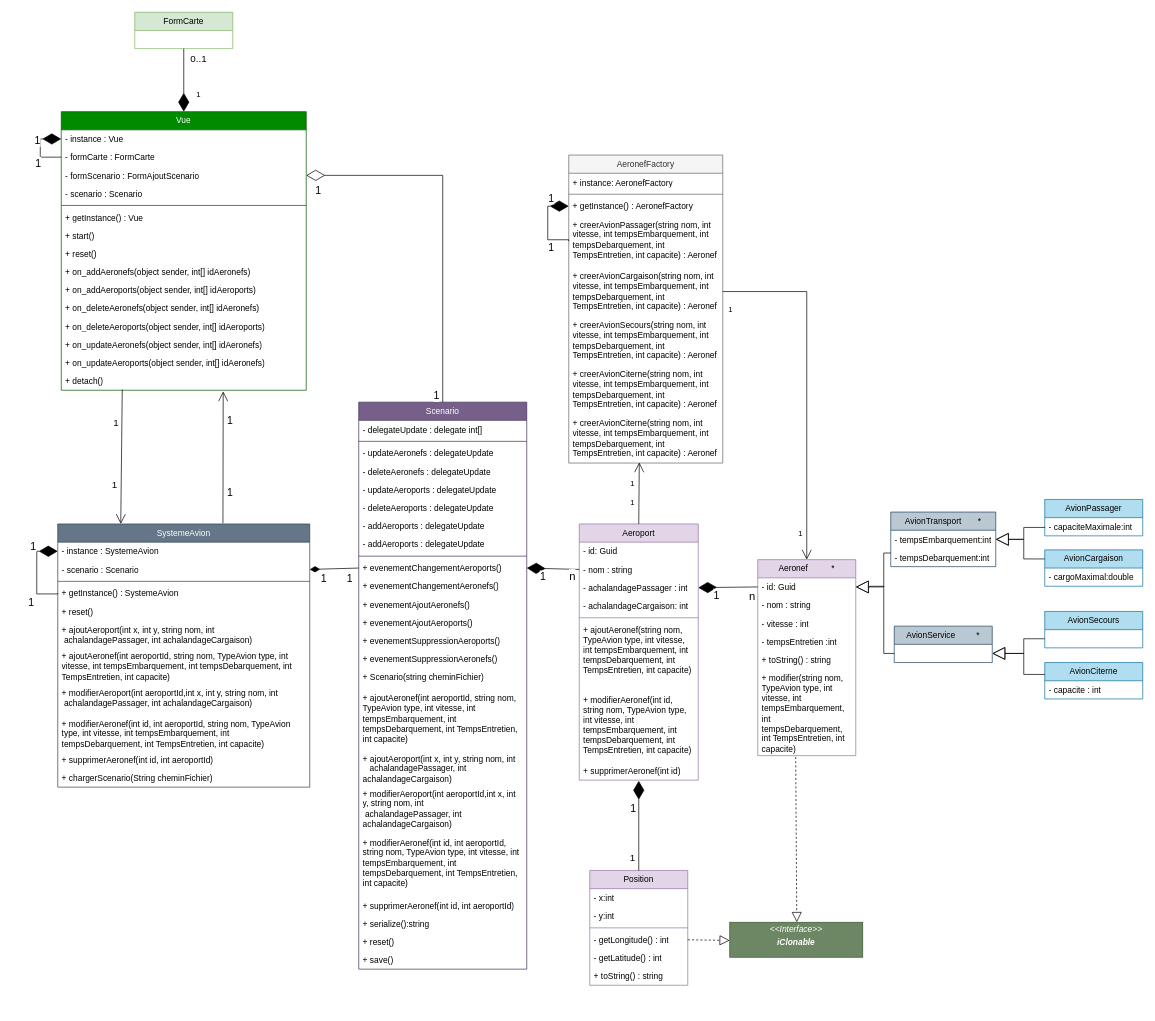
felixcharbonneau/Echec keeps this draw.io diagram as Aviyons.drawio. Above is the earlier version. Source tidied: cells renumbered, new cells numbered last; positions are measured from the earlier drawing's top-left corner, leaving out a move shared by most shapes. Both pictures are drawn from the tidied source at 70%, with x=0, y=0 at pixel (36, 12).
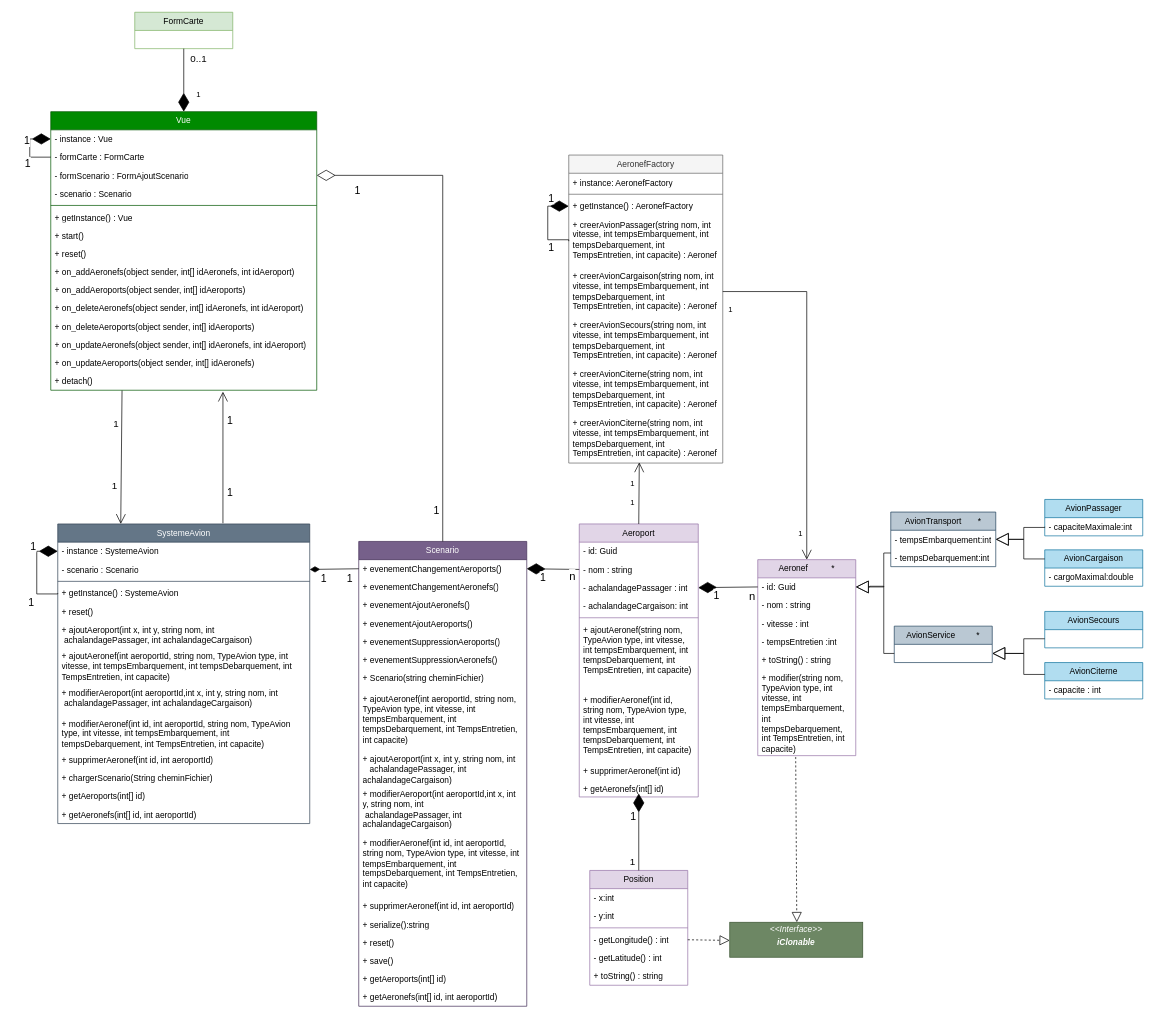
The same diagram, later.

The change refers to these unchanged cells:
```xml
<mxCell id="85" value="+ supprimerAeronef(int id)" style="text;strokeColor=none;fillColor=none;align=left;verticalAlign=top;spacingLeft=4;spacingRight=4;overflow=hidden;points=[[0,0.5],[1,0.5]];portConstraint=eastwest;whiteSpace=wrap;html=1;" parent="77" vertex="1">
  <mxGeometry y="340" width="170" height="26" as="geometry" />
</mxCell>
<mxCell id="86" value="Position" style="swimlane;fontStyle=0;horizontal=1;startSize=26;fillColor=#e1d5e7;whiteSpace=wrap;html=1;strokeColor=#9673a6;" parent="1" vertex="1">
  <mxGeometry x="790" y="1226" width="140" height="164" as="geometry" />
</mxCell>
```

The edit, as a diff of the source:
```diff
@@
     <mxCell id="2" value="SystemeAvion" style="swimlane;fontStyle=0;horizontal=1;startSize=26;fillColor=#647687;whiteSpace=wrap;html=1;strokeColor=#314354;fontColor=#ffffff;" parent="1" vertex="1">
-      <mxGeometry x="30" y="731" width="360" height="376" as="geometry" />
+      <mxGeometry x="30" y="731" width="360" height="428" as="geometry" />
     </mxCell>
@@
+    <mxCell id="147" value="+ getAeroports(int[] id)" style="text;strokeColor=none;fillColor=none;align=left;verticalAlign=top;spacingLeft=4;spacingRight=4;overflow=hidden;whiteSpace=wrap;html=1;" parent="2" vertex="1">
+      <mxGeometry y="376" width="360" height="26" as="geometry" />
+    </mxCell>
+    <mxCell id="148" value="+ getAeronefs(int[] id, int aeroportId)" style="text;strokeColor=none;fillColor=none;align=left;verticalAlign=top;spacingLeft=4;spacingRight=4;overflow=hidden;whiteSpace=wrap;html=1;" parent="2" vertex="1">
+      <mxGeometry y="402" width="360" height="26" as="geometry" />
+    </mxCell>
     <mxCell id="17" value="Vue" style="swimlane;fontStyle=0;horizontal=1;startSize=26;fillColor=#008a00;whiteSpace=wrap;html=1;strokeColor=#005700;fontColor=#ffffff;" parent="1" vertex="1">
-      <mxGeometry x="35" y="142" width="350" height="398" as="geometry" />
+      <mxGeometry x="20" y="142" width="380" height="398" as="geometry" />
     </mxCell>
     <mxCell id="18" value="- instance : Vue" style="text;strokeColor=none;fillColor=none;align=left;verticalAlign=top;spacingLeft=4;spacingRight=4;overflow=hidden;points=[[0,0.5],[1,0.5]];portConstraint=eastwest;whiteSpace=wrap;html=1;" parent="17" vertex="1">
-      <mxGeometry y="26" width="350" height="26" as="geometry" />
+      <mxGeometry y="26" width="380" height="26" as="geometry" />
     </mxCell>
     <mxCell id="19" value="- formCarte : FormCarte" style="text;strokeColor=none;fillColor=none;align=left;verticalAlign=top;spacingLeft=4;spacingRight=4;overflow=hidden;points=[[0,0.5],[1,0.5]];portConstraint=eastwest;whiteSpace=wrap;html=1;" parent="17" vertex="1">
-      <mxGeometry y="52" width="350" height="26" as="geometry" />
+      <mxGeometry y="52" width="380" height="26" as="geometry" />
     </mxCell>
     <mxCell id="20" value="- formScenario : FormAjoutScenario" style="text;strokeColor=none;fillColor=none;align=left;verticalAlign=top;spacingLeft=4;spacingRight=4;overflow=hidden;points=[[0,0.5],[1,0.5]];portConstraint=eastwest;whiteSpace=wrap;html=1;" parent="17" vertex="1">
-      <mxGeometry y="78" width="350" height="26" as="geometry" />
+      <mxGeometry y="78" width="380" height="26" as="geometry" />
     </mxCell>
     <mxCell id="21" value="- scenario : Scenario" style="text;strokeColor=none;fillColor=none;align=left;verticalAlign=top;spacingLeft=4;spacingRight=4;overflow=hidden;whiteSpace=wrap;html=1;" parent="17" vertex="1">
-      <mxGeometry y="104" width="350" height="26" as="geometry" />
+      <mxGeometry y="104" width="380" height="26" as="geometry" />
     </mxCell>
     <mxCell id="22" style="line;strokeWidth=1;fillColor=none;align=left;verticalAlign=middle;spacingTop=-1;spacingLeft=3;spacingRight=3;labelPosition=right;strokeColor=inherit;" parent="17" vertex="1">
-      <mxGeometry y="130" width="350" height="8" as="geometry" />
+      <mxGeometry y="130" width="380" height="8" as="geometry" />
     </mxCell>
     <mxCell id="23" value="+ getInstance() : Vue" style="text;strokeColor=none;fillColor=none;align=left;verticalAlign=top;spacingLeft=4;spacingRight=4;overflow=hidden;whiteSpace=wrap;html=1;" parent="17" vertex="1">
-      <mxGeometry y="138" width="350" height="26" as="geometry" />
+      <mxGeometry y="138" width="380" height="26" as="geometry" />
     </mxCell>
@@
     <mxCell id="27" value="+ start()" style="text;strokeColor=none;fillColor=none;align=left;verticalAlign=top;spacingLeft=4;spacingRight=4;overflow=hidden;whiteSpace=wrap;html=1;" parent="17" vertex="1">
-      <mxGeometry y="164" width="350" height="26" as="geometry" />
+      <mxGeometry y="164" width="380" height="26" as="geometry" />
     </mxCell>
     <mxCell id="28" value="+ reset()" style="text;strokeColor=none;fillColor=none;align=left;verticalAlign=top;spacingLeft=4;spacingRight=4;overflow=hidden;whiteSpace=wrap;html=1;" parent="17" vertex="1">
-      <mxGeometry y="190" width="350" height="26" as="geometry" />
+      <mxGeometry y="190" width="380" height="26" as="geometry" />
     </mxCell>
-    <mxCell id="29" value="+ on_addAeronefs(object sender, int[] idAeronefs)" style="text;strokeColor=none;fillColor=none;align=left;verticalAlign=top;spacingLeft=4;spacingRight=4;overflow=hidden;whiteSpace=wrap;html=1;" parent="17" vertex="1">
-      <mxGeometry y="216" width="350" height="26" as="geometry" />
+    <mxCell id="29" value="+ on_addAeronefs(object sender, int[] idAeronefs, int idAeroport)" style="text;strokeColor=none;fillColor=none;align=left;verticalAlign=top;spacingLeft=4;spacingRight=4;overflow=hidden;whiteSpace=wrap;html=1;" parent="17" vertex="1">
+      <mxGeometry y="216" width="380" height="26" as="geometry" />
     </mxCell>
     <mxCell id="30" value="+ on_addAeroports(object sender, int[] idAeroports)" style="text;strokeColor=none;fillColor=none;align=left;verticalAlign=top;spacingLeft=4;spacingRight=4;overflow=hidden;whiteSpace=wrap;html=1;" parent="17" vertex="1">
-      <mxGeometry y="242" width="350" height="26" as="geometry" />
+      <mxGeometry y="242" width="380" height="26" as="geometry" />
     </mxCell>
-    <mxCell id="31" value="+ on_deleteAeronefs(object sender, int[] idAeronefs)" style="text;strokeColor=none;fillColor=none;align=left;verticalAlign=top;spacingLeft=4;spacingRight=4;overflow=hidden;whiteSpace=wrap;html=1;" parent="17" vertex="1">
-      <mxGeometry y="268" width="350" height="26" as="geometry" />
+    <mxCell id="31" value="+ on_deleteAeronefs(object sender, int[] idAeronefs, int idAeroport)" style="text;strokeColor=none;fillColor=none;align=left;verticalAlign=top;spacingLeft=4;spacingRight=4;overflow=hidden;whiteSpace=wrap;html=1;" parent="17" vertex="1">
+      <mxGeometry y="268" width="380" height="26" as="geometry" />
     </mxCell>
     <mxCell id="32" value="+ on_deleteAeroports(object sender, int[] idAeroports)" style="text;strokeColor=none;fillColor=none;align=left;verticalAlign=top;spacingLeft=4;spacingRight=4;overflow=hidden;whiteSpace=wrap;html=1;" parent="17" vertex="1">
-      <mxGeometry y="294" width="350" height="26" as="geometry" />
+      <mxGeometry y="294" width="380" height="26" as="geometry" />
     </mxCell>
-    <mxCell id="33" value="+ on_updateAeronefs(object sender, int[] idAeronefs)" style="text;strokeColor=none;fillColor=none;align=left;verticalAlign=top;spacingLeft=4;spacingRight=4;overflow=hidden;whiteSpace=wrap;html=1;" parent="17" vertex="1">
-      <mxGeometry y="320" width="350" height="26" as="geometry" />
+    <mxCell id="33" value="+ on_updateAeronefs(object sender, int[] idAeronefs, int idAeroport)" style="text;strokeColor=none;fillColor=none;align=left;verticalAlign=top;spacingLeft=4;spacingRight=4;overflow=hidden;whiteSpace=wrap;html=1;" parent="17" vertex="1">
+      <mxGeometry y="320" width="380" height="26" as="geometry" />
     </mxCell>
     <mxCell id="34" value="+ on_updateAeroports(object sender, int[] idAeronefs)" style="text;strokeColor=none;fillColor=none;align=left;verticalAlign=top;spacingLeft=4;spacingRight=4;overflow=hidden;whiteSpace=wrap;html=1;" parent="17" vertex="1">
-      <mxGeometry y="346" width="350" height="26" as="geometry" />
+      <mxGeometry y="346" width="380" height="26" as="geometry" />
     </mxCell>
     <mxCell id="35" value="+ detach()" style="text;strokeColor=none;fillColor=none;align=left;verticalAlign=top;spacingLeft=4;spacingRight=4;overflow=hidden;points=[[0,0.5],[1,0.5]];portConstraint=eastwest;whiteSpace=wrap;html=1;" parent="17" vertex="1">
-      <mxGeometry y="372" width="350" height="26" as="geometry" />
+      <mxGeometry y="372" width="380" height="26" as="geometry" />
     </mxCell>
-    <mxCell id="36" style="endArrow=open;endFill=1;endSize=12;html=1;rounded=0;entryX=0.25;entryY=0;entryDx=0;entryDy=0;exitX=0.249;exitY=0.962;exitDx=0;exitDy=0;exitPerimeter=0;" parent="1" edge="1" source="35" target="2">
+    <mxCell id="36" style="endArrow=open;endFill=1;endSize=12;html=1;rounded=0;entryX=0.25;entryY=0;entryDx=0;entryDy=0;exitX=0.268;exitY=1.013;exitDx=0;exitDy=0;exitPerimeter=0;" parent="1" edge="1" source="35" target="2">
       <mxGeometry relative="1" as="geometry" />
     </mxCell>
@@
-    <mxCell id="39" style="endArrow=open;endFill=1;endSize=12;html=1;rounded=0;entryX=0.661;entryY=1.061;entryDx=0;entryDy=0;entryPerimeter=0;" parent="1" edge="1" target="35">
+    <mxCell id="39" style="endArrow=open;endFill=1;endSize=12;html=1;rounded=0;" parent="1" edge="1">
       <mxGeometry relative="1" as="geometry">
         <mxPoint x="266" y="730" as="sourcePoint" />
+        <mxPoint x="266" y="542" as="targetPoint" />
       </mxGeometry>
     </mxCell>
@@
     <mxCell id="42" value="Scenario" style="swimlane;fontStyle=0;horizontal=1;startSize=26;fillColor=#76608a;whiteSpace=wrap;html=1;strokeColor=#432D57;fontColor=#ffffff;" parent="1" vertex="1">
-      <mxGeometry x="460" y="557" width="240" height="810" as="geometry" />
+      <mxGeometry x="460" y="756" width="240" height="664" as="geometry" />
     </mxCell>
-    <mxCell id="43" value="- delegateUpdate : delegate int[]&amp;nbsp;" style="text;strokeColor=none;fillColor=none;align=left;verticalAlign=top;spacingLeft=4;spacingRight=4;overflow=hidden;whiteSpace=wrap;html=1;" parent="42" vertex="1">
-      <mxGeometry y="26" width="240" height="26" as="geometry" />
-    </mxCell>
-    <mxCell id="44" style="line;strokeWidth=1;fillColor=none;align=left;verticalAlign=middle;spacingTop=-1;spacingLeft=3;spacingRight=3;labelPosition=right;strokeColor=inherit;" parent="42" vertex="1">
-      <mxGeometry y="52" width="240" height="8" as="geometry" />
-    </mxCell>
-    <mxCell id="45" value="- updateAeronefs : delegateUpdate" style="text;strokeColor=none;fillColor=none;align=left;verticalAlign=top;spacingLeft=4;spacingRight=4;overflow=hidden;whiteSpace=wrap;html=1;" parent="42" vertex="1">
-      <mxGeometry y="60" width="240" height="26" as="geometry" />
-    </mxCell>
-    <mxCell id="46" value="- deleteAeronefs : delegateUpdate" style="text;strokeColor=none;fillColor=none;align=left;verticalAlign=top;spacingLeft=4;spacingRight=4;overflow=hidden;whiteSpace=wrap;html=1;" parent="42" vertex="1">
-      <mxGeometry y="86" width="240" height="26" as="geometry" />
-    </mxCell>
-    <mxCell id="47" value="- updateAeroports : delegateUpdate" style="text;strokeColor=none;fillColor=none;align=left;verticalAlign=top;spacingLeft=4;spacingRight=4;overflow=hidden;whiteSpace=wrap;html=1;" parent="42" vertex="1">
-      <mxGeometry y="112" width="240" height="26" as="geometry" />
-    </mxCell>
-    <mxCell id="48" value="- deleteAeroports : delegateUpdate" style="text;strokeColor=none;fillColor=none;align=left;verticalAlign=top;spacingLeft=4;spacingRight=4;overflow=hidden;whiteSpace=wrap;html=1;" parent="42" vertex="1">
-      <mxGeometry y="138" width="240" height="26" as="geometry" />
-    </mxCell>
-    <mxCell id="49" value="- addAeroports : delegateUpdate" style="text;strokeColor=none;fillColor=none;align=left;verticalAlign=top;spacingLeft=4;spacingRight=4;overflow=hidden;whiteSpace=wrap;html=1;" parent="42" vertex="1">
-      <mxGeometry y="164" width="240" height="26" as="geometry" />
-    </mxCell>
-    <mxCell id="50" value="- addAeroports : delegateUpdate" style="text;strokeColor=none;fillColor=none;align=left;verticalAlign=top;spacingLeft=4;spacingRight=4;overflow=hidden;whiteSpace=wrap;html=1;" parent="42" vertex="1">
-      <mxGeometry y="190" width="240" height="26" as="geometry" />
-    </mxCell>
-    <mxCell id="51" style="line;strokeWidth=1;fillColor=none;align=left;verticalAlign=middle;spacingTop=-1;spacingLeft=3;spacingRight=3;labelPosition=right;strokeColor=inherit;" parent="42" vertex="1">
-      <mxGeometry y="216" width="240" height="8" as="geometry" />
-    </mxCell>
     <mxCell id="52" value="+ evenementChangementAeroports()" style="text;strokeColor=none;fillColor=none;align=left;verticalAlign=top;spacingLeft=4;spacingRight=4;overflow=hidden;points=[[0,0.5],[1,0.5]];portConstraint=eastwest;whiteSpace=wrap;html=1;" parent="42" vertex="1">
-      <mxGeometry y="224" width="240" height="26" as="geometry" />
+      <mxGeometry y="26" width="240" height="26" as="geometry" />
     </mxCell>
     <mxCell id="53" value="+ evenementChangementAeronefs()" style="text;strokeColor=none;fillColor=none;align=left;verticalAlign=top;spacingLeft=4;spacingRight=4;overflow=hidden;whiteSpace=wrap;html=1;" parent="42" vertex="1">
-      <mxGeometry y="250" width="240" height="26" as="geometry" />
+      <mxGeometry y="52" width="240" height="26" as="geometry" />
     </mxCell>
     <mxCell id="54" value="+ evenementAjoutAeronefs()" style="text;strokeColor=none;fillColor=none;align=left;verticalAlign=top;spacingLeft=4;spacingRight=4;overflow=hidden;whiteSpace=wrap;html=1;" parent="42" vertex="1">
-      <mxGeometry y="276" width="240" height="26" as="geometry" />
+      <mxGeometry y="78" width="240" height="26" as="geometry" />
     </mxCell>
     <mxCell id="55" value="+ evenementAjoutAeroports()" style="text;strokeColor=none;fillColor=none;align=left;verticalAlign=top;spacingLeft=4;spacingRight=4;overflow=hidden;whiteSpace=wrap;html=1;" parent="42" vertex="1">
-      <mxGeometry y="302" width="240" height="26" as="geometry" />
+      <mxGeometry y="104" width="240" height="26" as="geometry" />
     </mxCell>
     <mxCell id="56" value="+ evenementSuppressionAeroports()" style="text;strokeColor=none;fillColor=none;align=left;verticalAlign=top;spacingLeft=4;spacingRight=4;overflow=hidden;whiteSpace=wrap;html=1;" parent="42" vertex="1">
-      <mxGeometry y="328" width="240" height="26" as="geometry" />
+      <mxGeometry y="130" width="240" height="26" as="geometry" />
     </mxCell>
     <mxCell id="57" value="+ evenementSuppressionAeronefs()" style="text;strokeColor=none;fillColor=none;align=left;verticalAlign=top;spacingLeft=4;spacingRight=4;overflow=hidden;whiteSpace=wrap;html=1;" parent="42" vertex="1">
-      <mxGeometry y="354" width="240" height="26" as="geometry" />
+      <mxGeometry y="156" width="240" height="26" as="geometry" />
     </mxCell>
     <mxCell id="58" value="+ Scenario(string cheminFichier)" style="text;strokeColor=none;fillColor=none;align=left;verticalAlign=top;spacingLeft=4;spacingRight=4;overflow=hidden;whiteSpace=wrap;html=1;" parent="42" vertex="1">
-      <mxGeometry y="380" width="240" height="30" as="geometry" />
+      <mxGeometry y="182" width="240" height="30" as="geometry" />
     </mxCell>
     <mxCell id="59" value="+ ajoutAeronef(int aeroportId, string nom, TypeAvion type, int vitesse, int tempsEmbarquement, int tempsDebarquement, int TempsEntretien, int capacite)" style="text;strokeColor=none;fillColor=none;align=left;verticalAlign=top;spacingLeft=4;spacingRight=4;overflow=hidden;whiteSpace=wrap;html=1;" parent="42" vertex="1">
-      <mxGeometry y="410" width="240" height="86" as="geometry" />
+      <mxGeometry y="212" width="240" height="86" as="geometry" />
     </mxCell>
     <mxCell id="60" value="+ ajoutAeroport(int x, int y, string nom, int&amp;nbsp; &amp;nbsp; &amp;nbsp; &amp;nbsp;achalandagePassager, int achalandageCargaison)" style="text;strokeColor=none;fillColor=none;align=left;verticalAlign=top;spacingLeft=4;spacingRight=4;overflow=hidden;whiteSpace=wrap;html=1;" parent="42" vertex="1">
-      <mxGeometry y="496" width="240" height="50" as="geometry" />
+      <mxGeometry y="298" width="240" height="50" as="geometry" />
     </mxCell>
     <mxCell id="61" value="+ modifierAeroport(int aeroportId,int x, int y, string nom, int&amp;nbsp; &amp;nbsp; &amp;nbsp; &amp;nbsp;achalandagePassager, int achalandageCargaison)" style="text;strokeColor=none;fillColor=none;align=left;verticalAlign=top;spacingLeft=4;spacingRight=4;overflow=hidden;whiteSpace=wrap;html=1;" parent="42" vertex="1">
-      <mxGeometry y="546" width="240" height="70" as="geometry" />
+      <mxGeometry y="348" width="240" height="70" as="geometry" />
     </mxCell>
     <mxCell id="62" value="+ modifierAeronef(int id, int aeroportId, string nom, TypeAvion type, int vitesse, int tempsEmbarquement, int tempsDebarquement, int TempsEntretien, int capacite)" style="text;strokeColor=none;fillColor=none;align=left;verticalAlign=top;spacingLeft=4;spacingRight=4;overflow=hidden;whiteSpace=wrap;html=1;" parent="42" vertex="1">
-      <mxGeometry y="616" width="240" height="90" as="geometry" />
+      <mxGeometry y="418" width="240" height="90" as="geometry" />
     </mxCell>
     <mxCell id="63" value="+ supprimerAeronef(int id, int aeroportId)" style="text;strokeColor=none;fillColor=none;align=left;verticalAlign=top;spacingLeft=4;spacingRight=4;overflow=hidden;whiteSpace=wrap;html=1;" parent="42" vertex="1">
-      <mxGeometry y="706" width="240" height="26" as="geometry" />
+      <mxGeometry y="508" width="240" height="26" as="geometry" />
     </mxCell>
     <mxCell id="64" value="+ serialize():string" style="text;strokeColor=none;fillColor=none;align=left;verticalAlign=top;spacingLeft=4;spacingRight=4;overflow=hidden;whiteSpace=wrap;html=1;" parent="42" vertex="1">
-      <mxGeometry y="732" width="240" height="26" as="geometry" />
+      <mxGeometry y="534" width="240" height="26" as="geometry" />
     </mxCell>
     <mxCell id="65" value="+ reset()" style="text;strokeColor=none;fillColor=none;align=left;verticalAlign=top;spacingLeft=4;spacingRight=4;overflow=hidden;whiteSpace=wrap;html=1;" parent="42" vertex="1">
-      <mxGeometry y="758" width="240" height="26" as="geometry" />
+      <mxGeometry y="560" width="240" height="26" as="geometry" />
     </mxCell>
     <mxCell id="66" value="+ save()" style="text;strokeColor=none;fillColor=none;align=left;verticalAlign=top;spacingLeft=4;spacingRight=4;overflow=hidden;whiteSpace=wrap;html=1;" parent="42" vertex="1">
-      <mxGeometry y="784" width="240" height="26" as="geometry" />
+      <mxGeometry y="586" width="240" height="26" as="geometry" />
     </mxCell>
+    <mxCell id="149" value="+ getAeroports(int[] id)" style="text;strokeColor=none;fillColor=none;align=left;verticalAlign=top;spacingLeft=4;spacingRight=4;overflow=hidden;whiteSpace=wrap;html=1;" parent="42" vertex="1">
+      <mxGeometry y="612" width="240" height="26" as="geometry" />
+    </mxCell>
+    <mxCell id="150" value="+ getAeronefs(int[] id, int aeroportId)" style="text;strokeColor=none;fillColor=none;align=left;verticalAlign=top;spacingLeft=4;spacingRight=4;overflow=hidden;whiteSpace=wrap;html=1;" parent="42" vertex="1">
+      <mxGeometry y="638" width="240" height="26" as="geometry" />
+    </mxCell>
@@
     <mxCell id="77" value="Aeroport" style="swimlane;fontStyle=0;horizontal=1;startSize=26;fillColor=#e1d5e7;whiteSpace=wrap;html=1;strokeColor=#9673a6;" parent="1" vertex="1">
-      <mxGeometry x="775" y="731" width="170" height="366" as="geometry" />
+      <mxGeometry x="775" y="731" width="170" height="390" as="geometry" />
     </mxCell>
@@
+    <mxCell id="151" value="+ getAeronefs(int[] id)" style="text;strokeColor=none;fillColor=none;align=left;verticalAlign=top;spacingLeft=4;spacingRight=4;overflow=hidden;whiteSpace=wrap;html=1;" parent="77" vertex="1">
+      <mxGeometry y="366" width="170" height="24" as="geometry" />
+    </mxCell>
@@
-    <mxCell id="108" style="endArrow=diamondThin;endFill=1;endSize=24;html=1;rounded=0;exitX=0.5;exitY=0;exitDx=0;exitDy=0;entryX=0.5;entryY=1.038;entryDx=0;entryDy=0;entryPerimeter=0;" parent="1" edge="1" source="86" target="85">
-      <mxGeometry relative="1" as="geometry" />
+    <mxCell id="108" style="endArrow=diamondThin;endFill=1;endSize=24;html=1;rounded=0;exitX=0.5;exitY=0;exitDx=0;exitDy=0;" parent="1" edge="1" source="86">
+      <mxGeometry relative="1" as="geometry">
+        <mxPoint x="860" y="1116" as="targetPoint" />
+      </mxGeometry>
     </mxCell>
```
